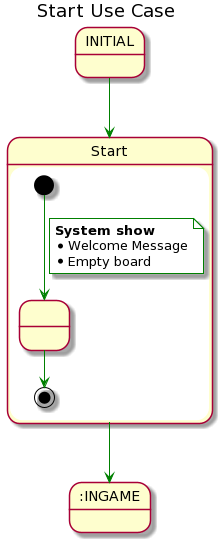
hugohg34/conecta4 keeps this PlantUML diagram as doc/out/casos_uso/start.png. Above is the earlier version. The source it was exported from:
```plantuml
@startuml
title "Start Use Case"

state INITIAL
state Start

INITIAL -[#green]-> Start

state Start {
	state " " as one
	[*] -[#green]-> one
	note on link #white
	<b>System show</b>
	* Welcome Message
	* Empty board
	end note

	one -[#green]-> [*]
}

Start -[#green]-> :INGAME
@enduml
```
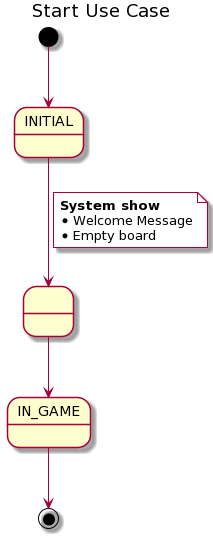
The same diagram one commit later.

Commit message:
fixed start use case

What changed in the source:
```diff
@@ -2,21 +2,15 @@
 title "Start Use Case"
 
 state INITIAL
-state Start
+state " " as one
 
-INITIAL -[#green]-> Start
-
-state Start {
-	state " " as one
-	[*] -[#green]-> one
-	note on link #white
-	<b>System show</b>
-	* Welcome Message
-	* Empty board
-	end note
-
-	one -[#green]-> [*]
-}
-
-Start -[#green]-> :INGAME
+[*] --> INITIAL
+INITIAL --> one
+note on link #white
+<b>System show</b>
+* Welcome Message
+* Empty board
+end note
+one --> IN_GAME
+IN_GAME --> [*]
 @enduml
```
